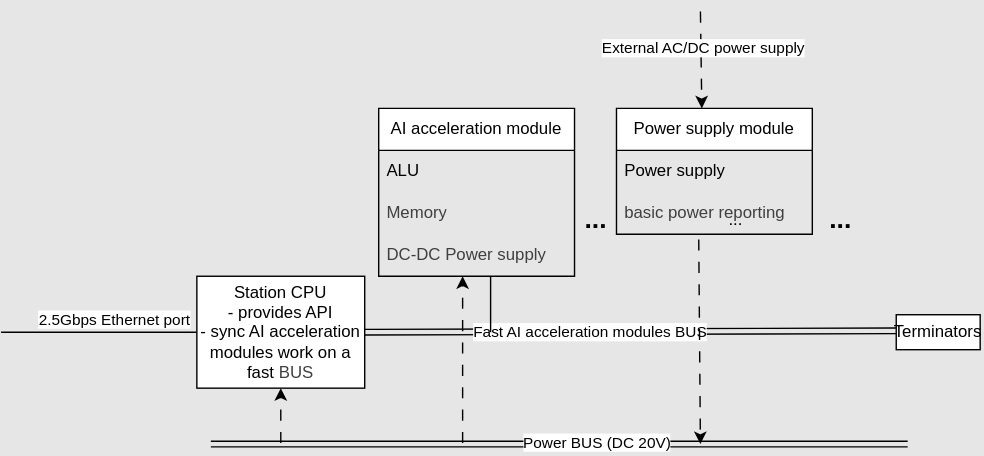
Before: arch.drawio.svg, a diagram exported from draw.io (adrianscheit/open-ai-station). Source tidied: cells renumbered, new cells last; positions are measured from the earlier drawing's top-left corner, leaving out a move shared by most shapes.
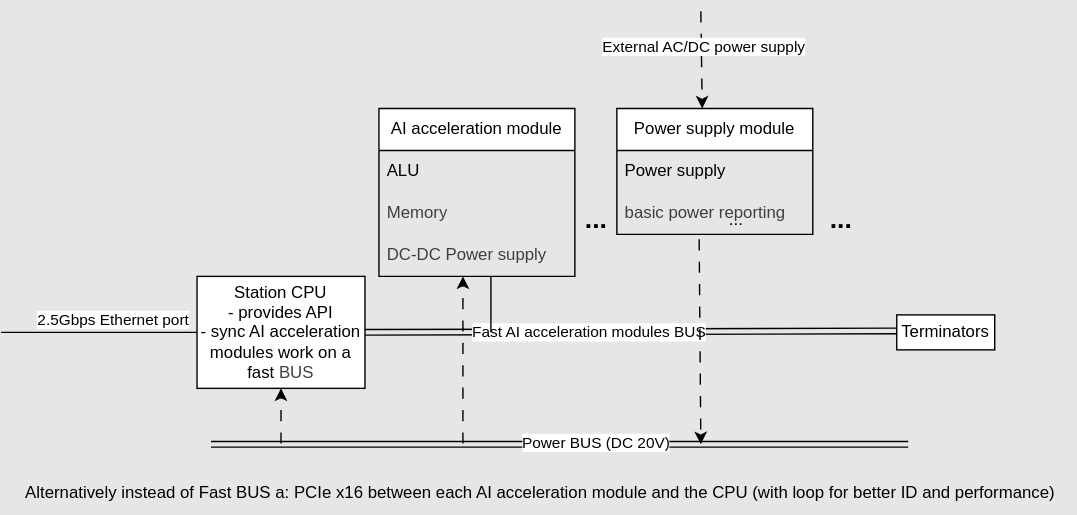
Above is the later version.

Change to the diagram source:
```diff
@@ -100,7 +100,10 @@
       <mxGeometry x="580" y="130" width="40" height="40" as="geometry" />
     </mxCell>
     <mxCell id="25" value="Terminators" style="rounded=0;whiteSpace=wrap;html=1;" parent="1" vertex="1">
-      <mxGeometry x="640" y="217.5" width="60" height="25" as="geometry" />
+      <mxGeometry x="640" y="217.5" width="70" height="25" as="geometry" />
     </mxCell>
+    <mxCell id="26" value="Alternatively instead of Fast BUS a: PCIe x16 between each AI acceleration module and the CPU (with loop for better ID and performance)" style="text;html=1;align=center;verticalAlign=middle;whiteSpace=wrap;rounded=0;" parent="1" vertex="1">
+      <mxGeometry x="3" y="330" width="765" height="30" as="geometry" />
+    </mxCell>
   </root>
 </mxGraphModel>
```
